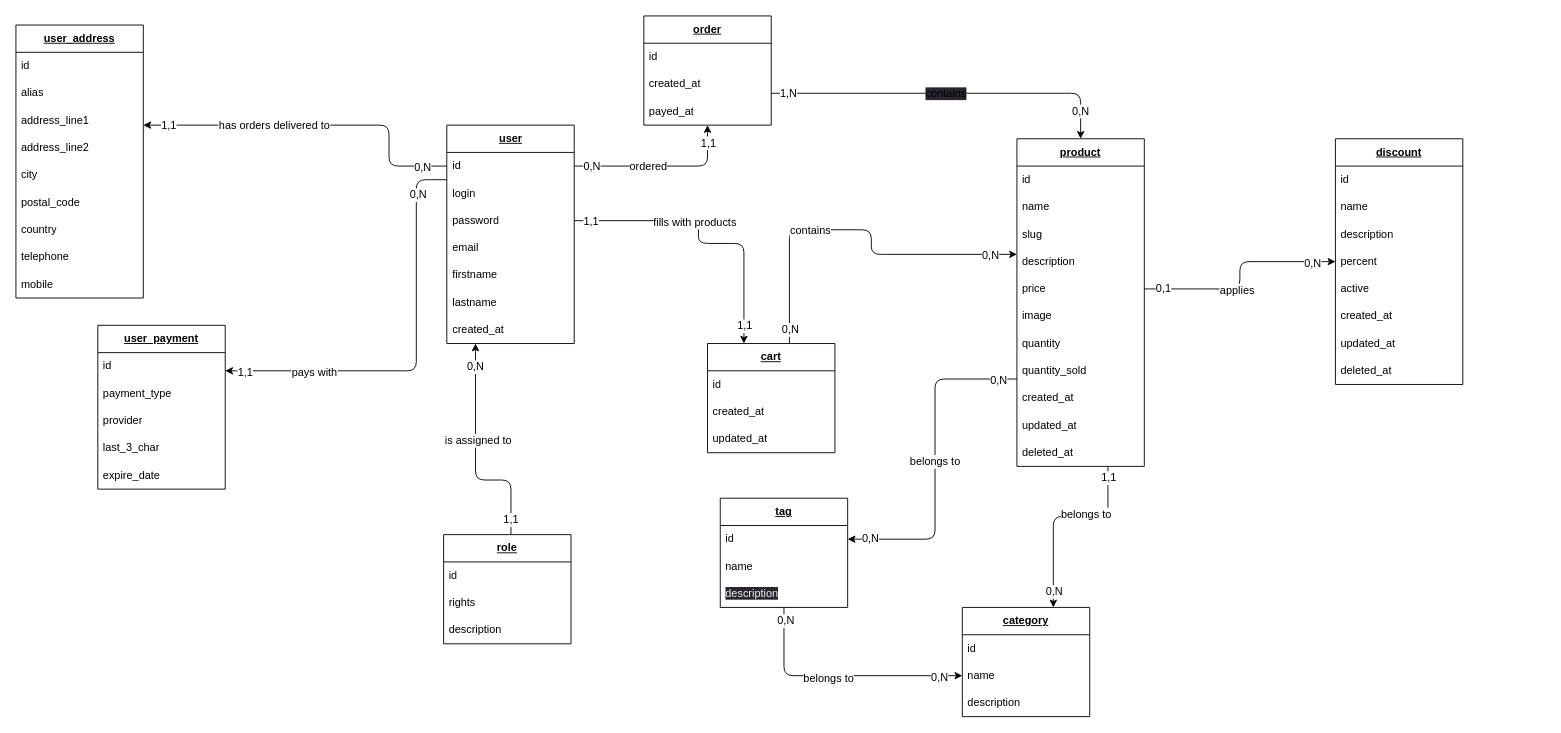
felix-hauger/boutique-en-ligne keeps this draw.io diagram as resources/mcd.drawio. Above is the earlier version. Source tidied: cells renumbered, new cells numbered last; positions are measured from the earlier drawing's top-left corner, leaving out a move shared by most shapes. Both pictures are drawn from the tidied source at 91%, with x=0, y=0 at pixel (15, 15).
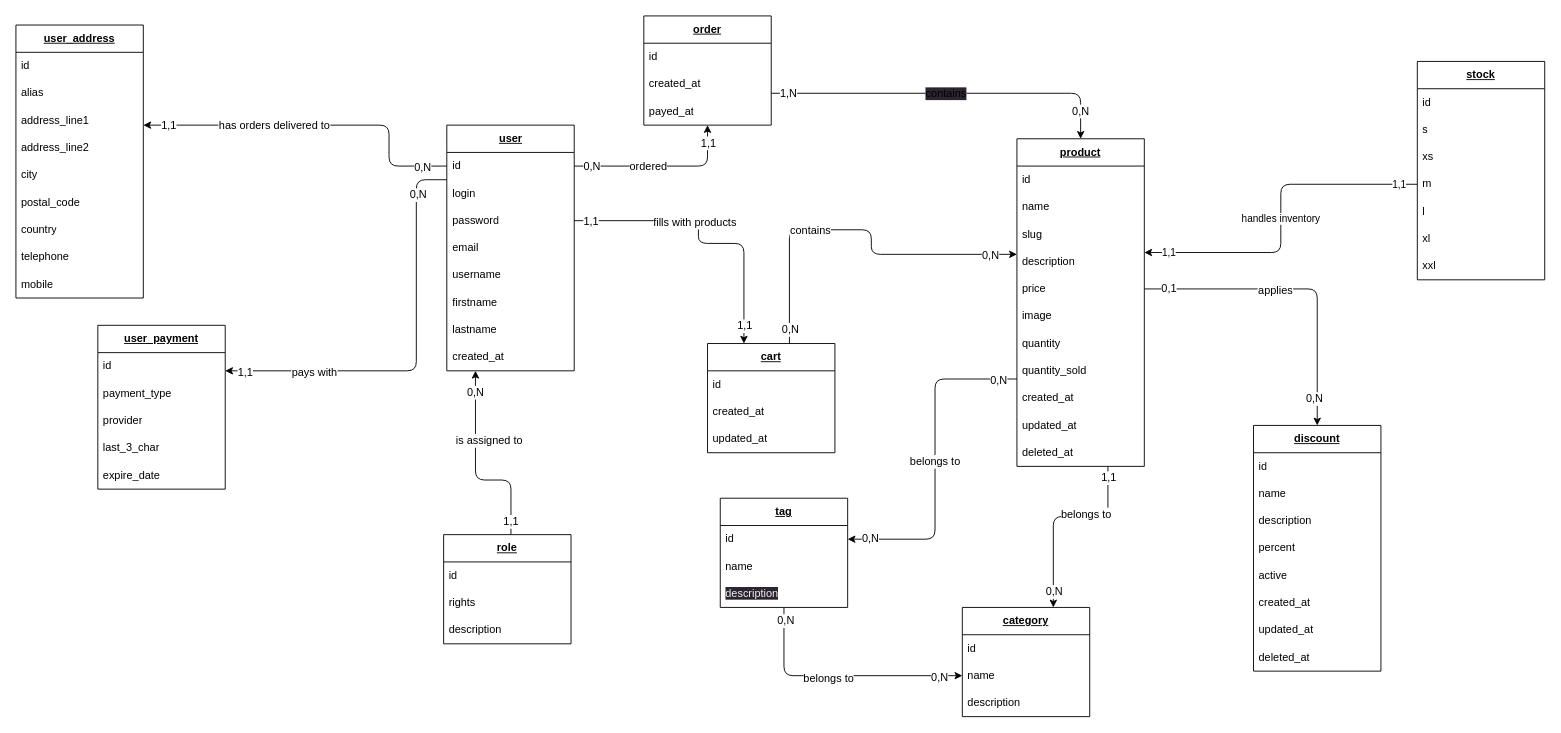
After the change.

Unchanged cells that the change refers to:
```xml
<mxCell id="89" value="&lt;b&gt;&lt;u&gt;product&lt;/u&gt;&lt;/b&gt;" style="swimlane;fontStyle=0;horizontal=1;startSize=30;whiteSpace=wrap;html=1;" parent="1" vertex="1">
  <mxGeometry x="1100" y="135" width="140" height="360" as="geometry" />
</mxCell>
```

What changed in the source:
```diff
@@
     <mxCell id="10" value="&lt;b&gt;&lt;u&gt;user&lt;/u&gt;&lt;/b&gt;" style="swimlane;fontStyle=0;horizontal=1;startSize=30;whiteSpace=wrap;html=1;" parent="1" vertex="1">
-      <mxGeometry x="473.5" y="120" width="140" height="240" as="geometry" />
+      <mxGeometry x="473.5" y="120" width="140" height="270" as="geometry" />
     </mxCell>
@@
+    <mxCell id="114" value="username" style="text;strokeColor=none;fillColor=none;align=left;verticalAlign=middle;spacingLeft=4;spacingRight=4;overflow=hidden;whiteSpace=wrap;html=1;" parent="10" vertex="1">
+      <mxGeometry y="150" width="140" height="30" as="geometry" />
+    </mxCell>
     <mxCell id="15" value="firstname" style="text;strokeColor=none;fillColor=none;align=left;verticalAlign=middle;spacingLeft=4;spacingRight=4;overflow=hidden;whiteSpace=wrap;html=1;" parent="10" vertex="1">
-      <mxGeometry y="150" width="140" height="30" as="geometry" />
+      <mxGeometry y="180" width="140" height="30" as="geometry" />
     </mxCell>
     <mxCell id="16" value="lastname" style="text;strokeColor=none;fillColor=none;align=left;verticalAlign=middle;spacingLeft=4;spacingRight=4;overflow=hidden;whiteSpace=wrap;html=1;" parent="10" vertex="1">
-      <mxGeometry y="180" width="140" height="30" as="geometry" />
+      <mxGeometry y="210" width="140" height="30" as="geometry" />
     </mxCell>
     <mxCell id="17" value="created_at" style="text;strokeColor=none;fillColor=none;align=left;verticalAlign=middle;spacingLeft=4;spacingRight=4;overflow=hidden;whiteSpace=wrap;html=1;" parent="10" vertex="1">
-      <mxGeometry y="210" width="140" height="30" as="geometry" />
+      <mxGeometry y="240" width="140" height="30" as="geometry" />
     </mxCell>
@@
     <mxCell id="101" value="&lt;b&gt;&lt;u&gt;discount&lt;/u&gt;&lt;/b&gt;" style="swimlane;fontStyle=0;horizontal=1;startSize=30;whiteSpace=wrap;html=1;" parent="1" vertex="1">
-      <mxGeometry x="1450" y="135" width="140" height="270" as="geometry" />
+      <mxGeometry x="1360" y="450" width="140" height="270" as="geometry" />
     </mxCell>
@@
+    <mxCell id="115" value="handles inventory" style="edgeStyle=orthogonalEdgeStyle;html=1;" parent="1" edge="1" source="118" target="89">
+      <mxGeometry relative="1" as="geometry">
+        <Array as="points">
+          <mxPoint x="1390" y="185" />
+          <mxPoint x="1390" y="260" />
+        </Array>
+      </mxGeometry>
+    </mxCell>
+    <mxCell id="116" value="1,1" style="edgeLabel;html=1;align=center;verticalAlign=middle;" parent="115" vertex="1">
+      <mxGeometry x="0.88" relative="1" as="geometry">
+        <mxPoint x="4" y="-1" as="offset" />
+      </mxGeometry>
+    </mxCell>
+    <mxCell id="117" value="1,1" style="edgeLabel;html=1;align=center;verticalAlign=middle;" parent="115" vertex="1">
+      <mxGeometry x="-0.89" relative="1" as="geometry" />
+    </mxCell>
+    <mxCell id="118" value="&lt;b&gt;&lt;u&gt;stock&lt;/u&gt;&lt;/b&gt;" style="swimlane;fontStyle=0;horizontal=1;startSize=30;whiteSpace=wrap;html=1;" parent="1" vertex="1">
+      <mxGeometry x="1540" y="50" width="140" height="240" as="geometry" />
+    </mxCell>
+    <mxCell id="119" value="id" style="text;strokeColor=none;fillColor=none;align=left;verticalAlign=middle;spacingLeft=4;spacingRight=4;overflow=hidden;whiteSpace=wrap;html=1;" parent="118" vertex="1">
+      <mxGeometry y="30" width="140" height="30" as="geometry" />
+    </mxCell>
+    <mxCell id="120" value="s" style="text;strokeColor=none;fillColor=none;align=left;verticalAlign=middle;spacingLeft=4;spacingRight=4;overflow=hidden;whiteSpace=wrap;html=1;" parent="118" vertex="1">
+      <mxGeometry y="60" width="140" height="30" as="geometry" />
+    </mxCell>
+    <mxCell id="121" value="xs" style="text;strokeColor=none;fillColor=none;align=left;verticalAlign=middle;spacingLeft=4;spacingRight=4;overflow=hidden;whiteSpace=wrap;html=1;" parent="118" vertex="1">
+      <mxGeometry y="90" width="140" height="30" as="geometry" />
+    </mxCell>
+    <mxCell id="122" value="m" style="text;strokeColor=none;fillColor=none;align=left;verticalAlign=middle;spacingLeft=4;spacingRight=4;overflow=hidden;whiteSpace=wrap;html=1;" parent="118" vertex="1">
+      <mxGeometry y="120" width="140" height="30" as="geometry" />
+    </mxCell>
+    <mxCell id="123" value="l" style="text;strokeColor=none;fillColor=none;align=left;verticalAlign=middle;spacingLeft=4;spacingRight=4;overflow=hidden;whiteSpace=wrap;html=1;" parent="118" vertex="1">
+      <mxGeometry y="150" width="140" height="30" as="geometry" />
+    </mxCell>
+    <mxCell id="124" value="xl" style="text;strokeColor=none;fillColor=none;align=left;verticalAlign=middle;spacingLeft=4;spacingRight=4;overflow=hidden;whiteSpace=wrap;html=1;" parent="118" vertex="1">
+      <mxGeometry y="180" width="140" height="30" as="geometry" />
+    </mxCell>
+    <mxCell id="125" value="xxl" style="text;strokeColor=none;fillColor=none;align=left;verticalAlign=middle;spacingLeft=4;spacingRight=4;overflow=hidden;whiteSpace=wrap;html=1;" parent="118" vertex="1">
+      <mxGeometry y="210" width="140" height="30" as="geometry" />
+    </mxCell>
```
